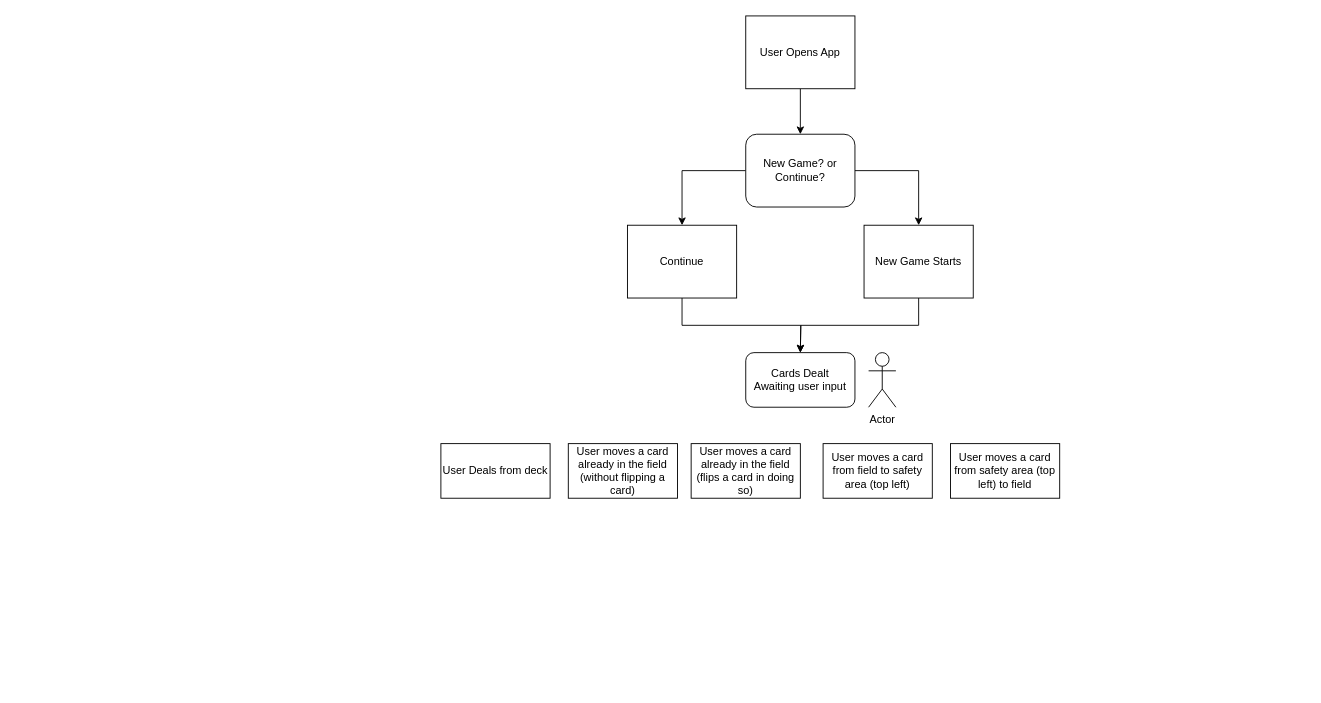
Earlier version of the draw.io diagram Untitled Diagram.drawio (raul0422/Solitaire). Source tidied: cells renumbered, new cells numbered last; positions are measured from the earlier drawing's top-left corner, leaving out a move shared by most shapes. Both pictures are drawn from the tidied source at 91%, with x=0, y=0 at pixel (440, 15).
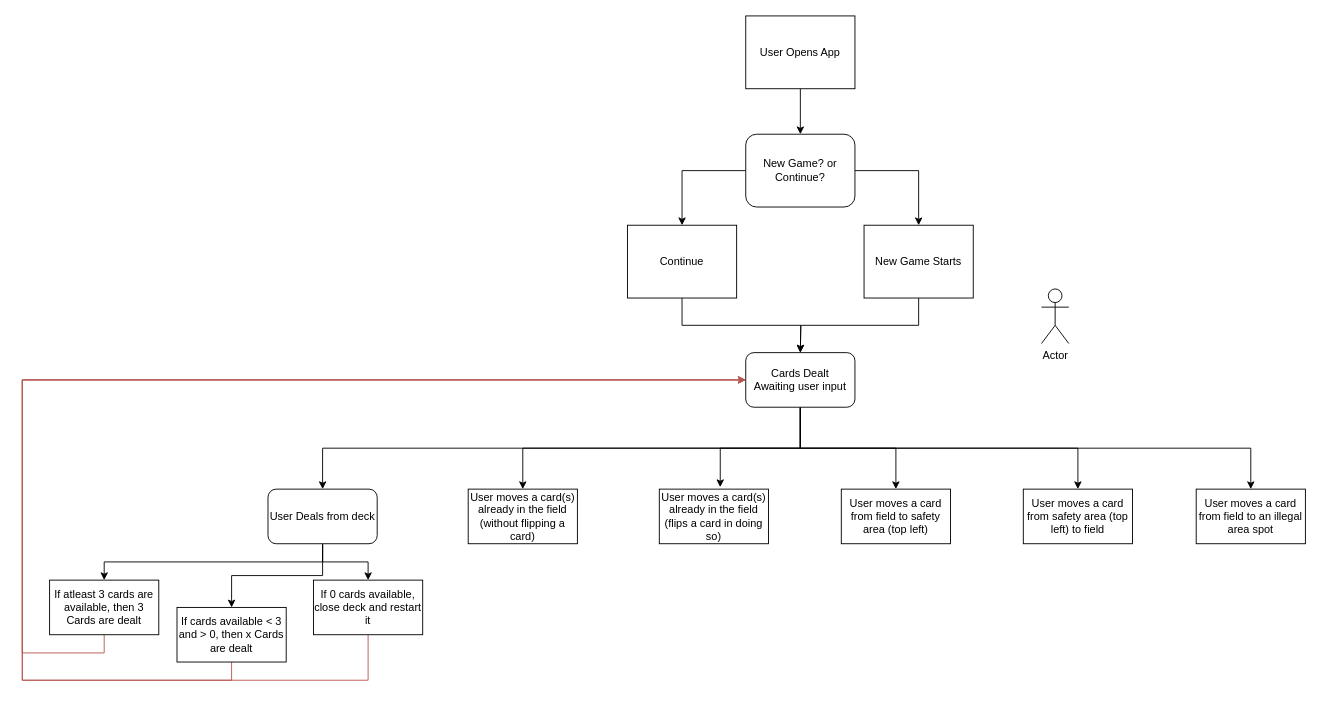
The same diagram, later.

The change refers to these unchanged cells:
```xml
<mxCell id="12" value="Cards Dealt&lt;br&gt;Awaiting user input" style="rounded=1;whiteSpace=wrap;html=1;" parent="1" vertex="1">
  <mxGeometry x="335" y="370" width="120" height="60" as="geometry" />
</mxCell>
```

Diff of the diagram source:
```diff
@@
     <mxCell id="11" value="Actor" style="shape=umlActor;verticalLabelPosition=bottom;verticalAlign=top;html=1;" parent="1" vertex="1">
-      <mxGeometry x="470" y="370" width="30" height="60" as="geometry" />
+      <mxGeometry x="660" y="300" width="30" height="60" as="geometry" />
     </mxCell>
+    <mxCell id="18" style="edgeStyle=orthogonalEdgeStyle;rounded=0;jettySize=auto;html=1;entryX=0.558;entryY=-0.036;entryDx=0;entryDy=0;entryPerimeter=0;" parent="1" edge="1" source="12" target="16">
+      <mxGeometry relative="1" as="geometry" />
+    </mxCell>
+    <mxCell id="19" style="edgeStyle=orthogonalEdgeStyle;rounded=0;jettySize=auto;html=1;entryX=0.5;entryY=0;entryDx=0;entryDy=0;" parent="1" edge="1" source="12" target="15">
+      <mxGeometry relative="1" as="geometry" />
+    </mxCell>
+    <mxCell id="20" style="edgeStyle=orthogonalEdgeStyle;rounded=0;jettySize=auto;html=1;exitX=0.5;exitY=1;exitDx=0;exitDy=0;" parent="1" edge="1" source="12" target="17">
+      <mxGeometry relative="1" as="geometry" />
+    </mxCell>
+    <mxCell id="21" style="edgeStyle=orthogonalEdgeStyle;rounded=0;jettySize=auto;html=1;entryX=0.5;entryY=0;entryDx=0;entryDy=0;exitX=0.5;exitY=1;exitDx=0;exitDy=0;" parent="1" edge="1" source="12" target="27">
+      <mxGeometry relative="1" as="geometry" />
+    </mxCell>
+    <mxCell id="22" style="edgeStyle=orthogonalEdgeStyle;rounded=0;jettySize=auto;html=1;entryX=0.5;entryY=0;entryDx=0;entryDy=0;exitX=0.5;exitY=1;exitDx=0;exitDy=0;" parent="1" edge="1" source="12" target="14">
+      <mxGeometry relative="1" as="geometry" />
+    </mxCell>
+    <mxCell id="23" style="edgeStyle=orthogonalEdgeStyle;rounded=0;jettySize=auto;html=1;exitX=0.5;exitY=1;exitDx=0;exitDy=0;" parent="1" edge="1" source="12" target="13">
+      <mxGeometry relative="1" as="geometry" />
+    </mxCell>
@@
+    <mxCell id="24" style="edgeStyle=orthogonalEdgeStyle;rounded=0;jettySize=auto;html=1;exitX=0.5;exitY=1;exitDx=0;exitDy=0;" parent="1" edge="1" source="13" target="29">
+      <mxGeometry relative="1" as="geometry" />
+    </mxCell>
+    <mxCell id="25" style="edgeStyle=orthogonalEdgeStyle;rounded=0;jettySize=auto;html=1;" parent="1" edge="1" source="13" target="31">
+      <mxGeometry relative="1" as="geometry" />
+    </mxCell>
+    <mxCell id="26" style="edgeStyle=orthogonalEdgeStyle;rounded=0;jettySize=auto;html=1;" parent="1" edge="1" source="13" target="33">
+      <mxGeometry relative="1" as="geometry" />
+    </mxCell>
-    <mxCell id="13" value="User Deals from deck" style="rounded=0;whiteSpace=wrap;html=1;" parent="1" vertex="1">
-      <mxGeometry y="470" width="120" height="60" as="geometry" />
+    <mxCell id="13" value="User Deals from deck" style="rounded=1;whiteSpace=wrap;html=1;" parent="1" vertex="1">
+      <mxGeometry x="-190" y="520" width="120" height="60" as="geometry" />
     </mxCell>
-    <mxCell id="14" value="User moves a card already in the field&lt;br&gt;(without flipping a card)" style="rounded=0;whiteSpace=wrap;html=1;" parent="1" vertex="1">
-      <mxGeometry x="140" y="470" width="120" height="60" as="geometry" />
+    <mxCell id="14" value="User moves a card(s) already in the field&lt;br&gt;(without flipping a card)" style="rounded=0;whiteSpace=wrap;html=1;" parent="1" vertex="1">
+      <mxGeometry x="30" y="520" width="120" height="60" as="geometry" />
     </mxCell>
     <mxCell id="15" value="User moves a card from field to safety area (top left)" style="rounded=0;whiteSpace=wrap;html=1;" parent="1" vertex="1">
-      <mxGeometry x="420" y="470" width="120" height="60" as="geometry" />
+      <mxGeometry x="440" y="520" width="120" height="60" as="geometry" />
     </mxCell>
-    <mxCell id="16" value="User moves a card already in the field&lt;br&gt;(flips a card in doing so)" style="rounded=0;whiteSpace=wrap;html=1;" parent="1" vertex="1">
-      <mxGeometry x="275" y="470" width="120" height="60" as="geometry" />
+    <mxCell id="16" value="User moves a card(s) already in the field&lt;br&gt;(flips a card in doing so)" style="rounded=0;whiteSpace=wrap;html=1;" parent="1" vertex="1">
+      <mxGeometry x="240" y="520" width="120" height="60" as="geometry" />
     </mxCell>
     <mxCell id="17" value="User moves a card from safety area (top left) to field" style="rounded=0;whiteSpace=wrap;html=1;" parent="1" vertex="1">
-      <mxGeometry x="560" y="470" width="120" height="60" as="geometry" />
+      <mxGeometry x="640" y="520" width="120" height="60" as="geometry" />
     </mxCell>
+    <mxCell id="27" value="User moves a card from field to an illegal area spot" style="rounded=0;whiteSpace=wrap;html=1;" parent="1" vertex="1">
+      <mxGeometry x="830" y="520" width="120" height="60" as="geometry" />
+    </mxCell>
+    <mxCell id="28" style="edgeStyle=orthogonalEdgeStyle;rounded=0;jettySize=auto;html=1;entryX=0;entryY=0.5;entryDx=0;entryDy=0;exitX=0.5;exitY=1;exitDx=0;exitDy=0;fillColor=#f8cecc;strokeColor=#b85450;" parent="1" edge="1" source="29" target="12">
+      <mxGeometry relative="1" as="geometry">
+        <Array as="points">
+          <mxPoint x="-370" y="700" />
+          <mxPoint x="-460" y="700" />
+          <mxPoint x="-460" y="400" />
+        </Array>
+      </mxGeometry>
+    </mxCell>
+    <mxCell id="29" value="If atleast 3 cards are available, then 3 Cards are dealt" style="rounded=0;whiteSpace=wrap;html=1;" parent="1" vertex="1">
+      <mxGeometry x="-430" y="620" width="120" height="60" as="geometry" />
+    </mxCell>
+    <mxCell id="30" style="edgeStyle=orthogonalEdgeStyle;rounded=0;jettySize=auto;html=1;entryX=0;entryY=0.5;entryDx=0;entryDy=0;exitX=0.5;exitY=1;exitDx=0;exitDy=0;fillColor=#f8cecc;strokeColor=#b85450;" parent="1" edge="1" source="31" target="12">
+      <mxGeometry relative="1" as="geometry">
+        <Array as="points">
+          <mxPoint x="-230" y="730" />
+          <mxPoint x="-460" y="730" />
+          <mxPoint x="-460" y="400" />
+        </Array>
+      </mxGeometry>
+    </mxCell>
+    <mxCell id="31" value="If cards available &amp;lt; 3 and &amp;gt; 0, then x Cards are dealt" style="rounded=0;whiteSpace=wrap;html=1;" parent="1" vertex="1">
+      <mxGeometry x="-290" y="650" width="120" height="60" as="geometry" />
+    </mxCell>
+    <mxCell id="32" style="edgeStyle=orthogonalEdgeStyle;rounded=0;jettySize=auto;html=1;entryX=0;entryY=0.5;entryDx=0;entryDy=0;exitX=0.5;exitY=1;exitDx=0;exitDy=0;fillColor=#f8cecc;strokeColor=#b85450;" parent="1" edge="1" source="33" target="12">
+      <mxGeometry relative="1" as="geometry">
+        <Array as="points">
+          <mxPoint x="-80" y="730" />
+          <mxPoint x="-460" y="730" />
+          <mxPoint x="-460" y="400" />
+        </Array>
+      </mxGeometry>
+    </mxCell>
+    <mxCell id="33" value="If 0 cards available, close deck and restart it" style="rounded=0;whiteSpace=wrap;html=1;" parent="1" vertex="1">
+      <mxGeometry x="-140" y="620" width="120" height="60" as="geometry" />
+    </mxCell>
```
